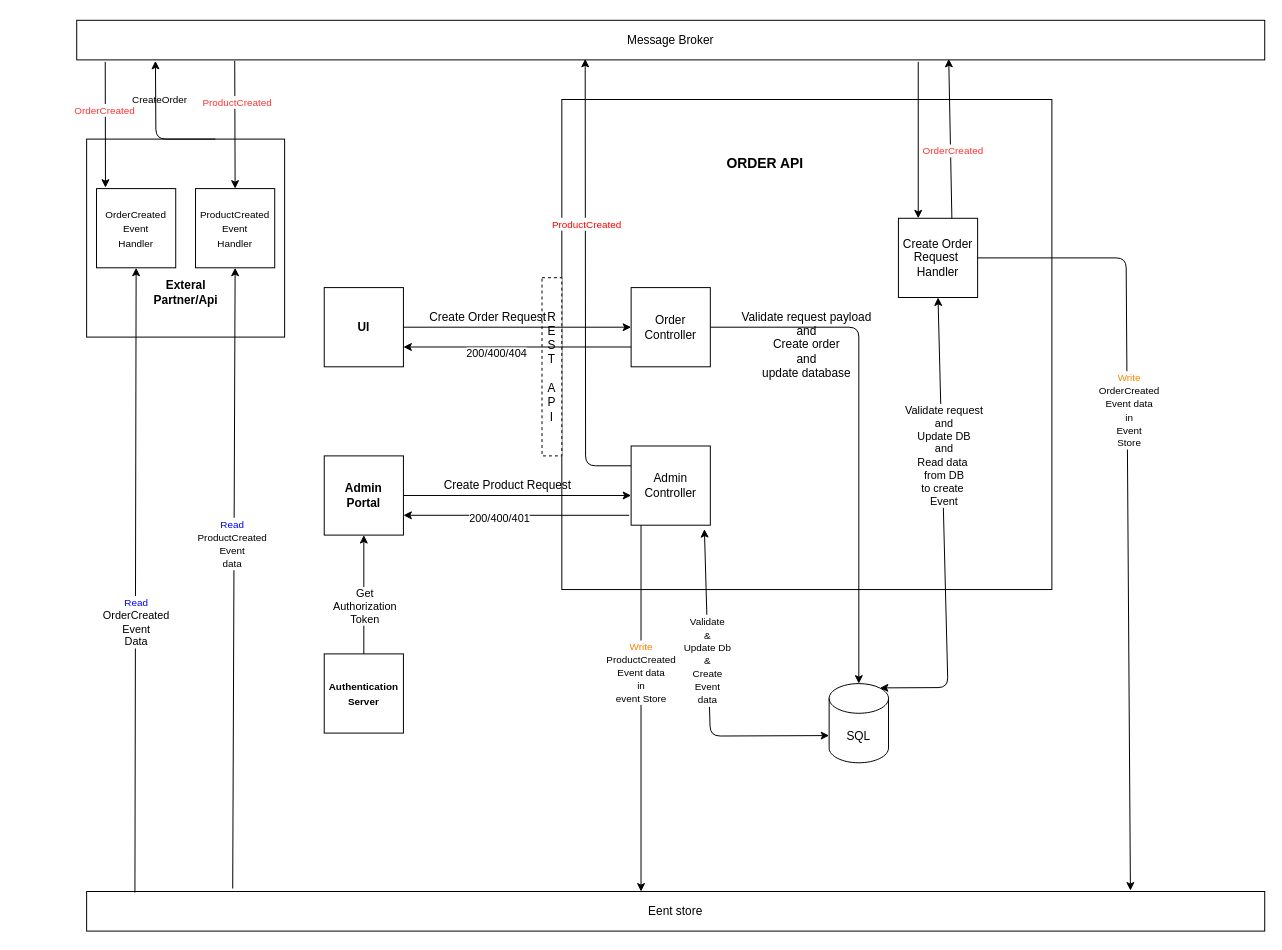
The draw.io diagram Design task/Design diagram.drawio in arif1613/Event_Driven_Architecture, before the edit. Source tidied: cells renumbered, new cells numbered last; positions are measured from the earlier drawing's top-left corner, leaving out a move shared by most shapes. Both pictures are drawn from the tidied source at 99%, with x=0, y=0 at pixel (76, 20).
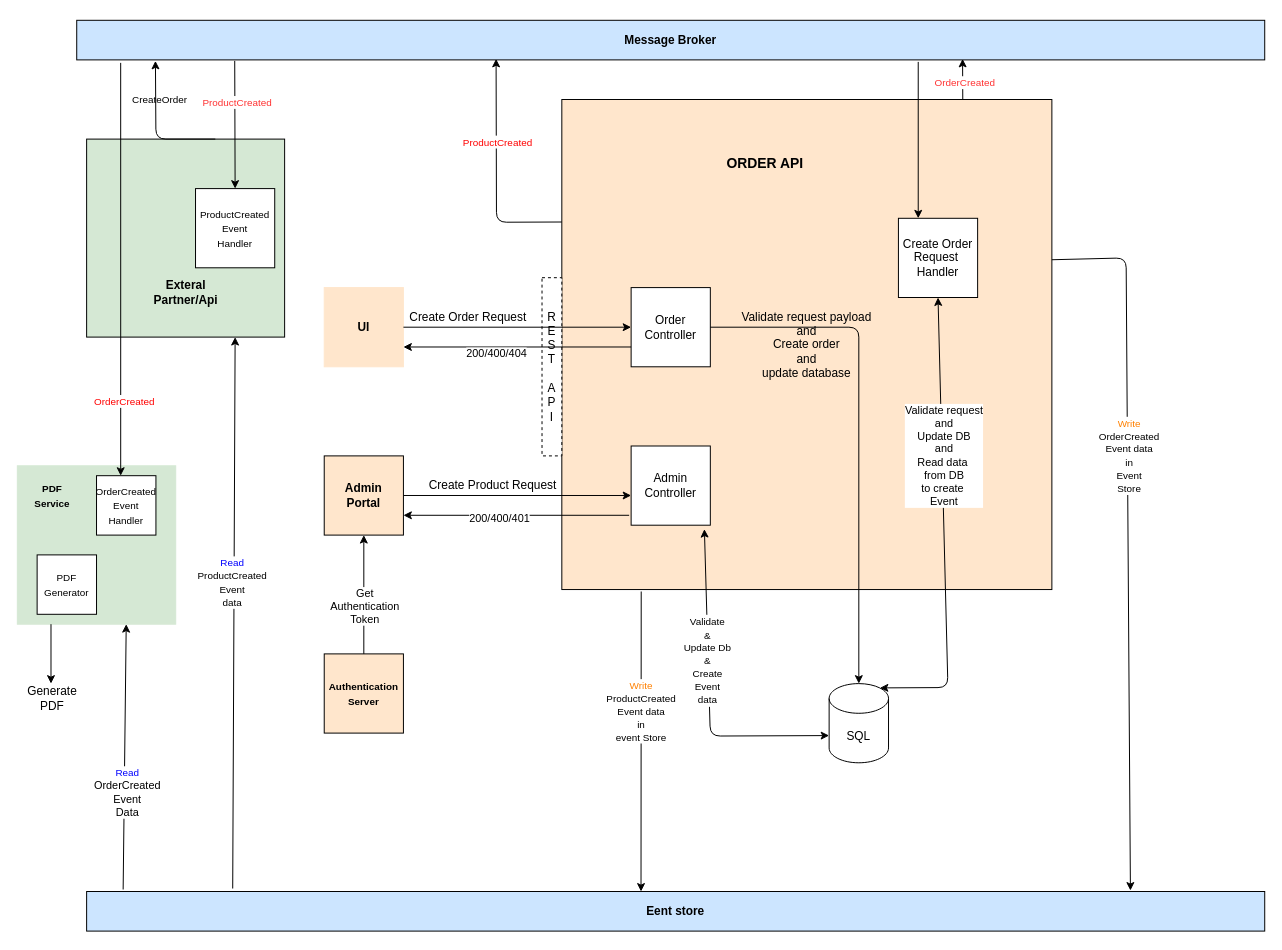
The same page after the edit.

The change refers to these unchanged cells:
```xml
<mxCell id="10" value="Admin&lt;br&gt;Controller" style="whiteSpace=wrap;html=1;" parent="1" vertex="1">
  <mxGeometry x="560" y="430" width="80" height="80" as="geometry" />
</mxCell>
<mxCell id="19" value="Create Order&lt;br&gt;Request&amp;nbsp;&lt;br&gt;Handler" style="whiteSpace=wrap;html=1;" parent="1" vertex="1">
  <mxGeometry x="830" y="200" width="80" height="80" as="geometry" />
</mxCell>
<mxCell id="28" style="endArrow=classic;html=1;exitX=0.5;exitY=0;exitDx=0;exitDy=0;entryX=0.5;entryY=1;entryDx=0;entryDy=0;" parent="1" edge="1" source="27" target="6">
  <mxGeometry relative="1" as="geometry" />
</mxCell>
<mxCell id="37" value="&lt;font style=&quot;font-size: 10px&quot;&gt;ProductCreated&lt;br&gt;Event&lt;br&gt;Handler&lt;/font&gt;" style="whiteSpace=wrap;html=1;" parent="1" vertex="1">
  <mxGeometry x="120" y="170" width="80" height="80" as="geometry" />
</mxCell>
```

Change to the diagram source:
```diff
@@
-    <mxCell id="2" value="Message Broker" style="rounded=0;whiteSpace=wrap;html=1;" parent="1" vertex="1">
+    <mxCell id="2" value="&lt;h4&gt;&lt;b&gt;Message Broker&lt;/b&gt;&lt;/h4&gt;" style="rounded=0;whiteSpace=wrap;html=1;fillColor=#CCE5FF;" parent="1" vertex="1">
       <mxGeometry width="1200" height="40" as="geometry" />
     </mxCell>
-    <mxCell id="3" value="Eent store" style="rounded=0;whiteSpace=wrap;html=1;" parent="1" vertex="1">
+    <mxCell id="3" value="&lt;h4&gt;&lt;b&gt;Eent store&lt;/b&gt;&lt;/h4&gt;" style="rounded=0;whiteSpace=wrap;html=1;fillColor=#CCE5FF;" parent="1" vertex="1">
       <mxGeometry x="10" y="880" width="1190" height="40" as="geometry" />
     </mxCell>
-    <mxCell id="4" style="whiteSpace=wrap;html=1;align=center;" parent="1" vertex="1">
+    <mxCell id="4" style="whiteSpace=wrap;html=1;align=center;fillColor=#D5E8D4;" parent="1" vertex="1">
       <mxGeometry x="10" y="120" width="200" height="200" as="geometry" />
     </mxCell>
-    <mxCell id="5" value="&lt;b&gt;UI&lt;/b&gt;" style="whiteSpace=wrap;html=1;" parent="1" vertex="1">
+    <mxCell id="5" value="&lt;b&gt;UI&lt;/b&gt;" style="whiteSpace=wrap;html=1;strokeColor=#FFE6CC;fillColor=#FFE6CC;" parent="1" vertex="1">
       <mxGeometry x="250" y="270" width="80" height="80" as="geometry" />
     </mxCell>
-    <mxCell id="6" value="&lt;b&gt;Admin&lt;br&gt;Portal&lt;/b&gt;" style="whiteSpace=wrap;html=1;" parent="1" vertex="1">
+    <mxCell id="6" value="&lt;b&gt;Admin&lt;br&gt;Portal&lt;/b&gt;" style="whiteSpace=wrap;html=1;fillColor=#FFE6CC;" parent="1" vertex="1">
       <mxGeometry x="250" y="440" width="80" height="80" as="geometry" />
     </mxCell>
-    <mxCell id="7" value="Validate request payload &lt;br&gt;and&lt;br&gt;Create order &lt;br&gt;and &lt;br&gt;update database" style="whiteSpace=wrap;html=1;" parent="1" vertex="1">
+    <mxCell id="7" value="Validate request payload &lt;br&gt;and&lt;br&gt;Create order &lt;br&gt;and &lt;br&gt;update database" style="whiteSpace=wrap;html=1;fillColor=#FFE6CC;" parent="1" vertex="1">
       <mxGeometry x="490" y="80" width="495" height="495" as="geometry" />
     </mxCell>
@@
     <mxCell id="12" value="Create Order Request" style="text;html=1;align=center;verticalAlign=middle;" parent="1" vertex="1">
-      <mxGeometry x="350" y="290" width="130" height="20" as="geometry" />
+      <mxGeometry x="330" y="290" width="130" height="20" as="geometry" />
     </mxCell>
@@
-    <mxCell id="23" style="endArrow=classic;html=1;entryX=0.734;entryY=0.975;entryDx=0;entryDy=0;entryPerimeter=0;exitX=0.675;exitY=0;exitDx=0;exitDy=0;exitPerimeter=0;" parent="1" edge="1" source="19" target="2">
-      <mxGeometry relative="1" as="geometry" />
+    <mxCell id="23" style="endArrow=classic;html=1;entryX=0.734;entryY=0.975;entryDx=0;entryDy=0;entryPerimeter=0;" parent="1" edge="1">
+      <mxGeometry relative="1" as="geometry">
+        <mxPoint x="895" y="80" as="sourcePoint" />
+        <mxPoint x="894.8" y="39" as="targetPoint" />
+      </mxGeometry>
     </mxCell>
@@
-    <mxCell id="25" style="endArrow=classic;html=1;exitX=1;exitY=0.5;exitDx=0;exitDy=0;entryX=0.886;entryY=-0.025;entryDx=0;entryDy=0;entryPerimeter=0;" parent="1" edge="1" source="19" target="3">
+    <mxCell id="25" style="endArrow=classic;html=1;entryX=0.886;entryY=-0.025;entryDx=0;entryDy=0;entryPerimeter=0;exitX=1;exitY=0.327;exitDx=0;exitDy=0;exitPerimeter=0;" parent="1" edge="1" source="7" target="3">
       <mxGeometry relative="1" as="geometry">
         <Array as="points">
           <mxPoint x="1060" y="240" />
         </Array>
       </mxGeometry>
     </mxCell>
@@
-    <mxCell id="27" value="&lt;b style=&quot;font-size: 10px&quot;&gt;Authentication&lt;br&gt;Server&lt;/b&gt;" style="whiteSpace=wrap;html=1;" parent="1" vertex="1">
+    <mxCell id="27" value="&lt;b style=&quot;font-size: 10px&quot;&gt;Authentication&lt;br&gt;Server&lt;/b&gt;" style="whiteSpace=wrap;html=1;fillColor=#FFE6CC;" parent="1" vertex="1">
       <mxGeometry x="250" y="640" width="80" height="80" as="geometry" />
     </mxCell>
@@
-    <mxCell id="29" value="Get&lt;br&gt;Authorization&lt;br&gt;Token" style="edgeLabel;html=1;align=center;verticalAlign=middle;" parent="28" vertex="1">
+    <mxCell id="29" value="Get&lt;br&gt;Authentication&lt;br&gt;Token" style="edgeLabel;html=1;align=center;verticalAlign=middle;" parent="28" vertex="1">
       <mxGeometry x="-0.18" relative="1" as="geometry" />
     </mxCell>
@@
     <mxCell id="31" value="Create Product Request" style="text;html=1;align=center;verticalAlign=middle;" parent="1" vertex="1">
-      <mxGeometry x="365" y="460" width="140" height="20" as="geometry" />
+      <mxGeometry x="350" y="460" width="140" height="20" as="geometry" />
     </mxCell>
-    <mxCell id="32" style="endArrow=classic;html=1;exitX=0.25;exitY=1;exitDx=0;exitDy=0;entryX=0.479;entryY=0;entryDx=0;entryDy=0;entryPerimeter=0;" parent="1" edge="1">
+    <mxCell id="32" style="endArrow=classic;html=1;entryX=0.479;entryY=0;entryDx=0;entryDy=0;entryPerimeter=0;exitX=0.162;exitY=1.004;exitDx=0;exitDy=0;exitPerimeter=0;" parent="1" edge="1" source="7">
       <mxGeometry relative="1" as="geometry">
-        <mxPoint x="570" y="510" as="sourcePoint" />
         <mxPoint x="570" y="880" as="targetPoint" />
       </mxGeometry>
     </mxCell>
@@
-    <mxCell id="36" value="&lt;font style=&quot;font-size: 10px&quot;&gt;OrderCreated&lt;br&gt;Event&lt;br&gt;Handler&lt;/font&gt;" style="whiteSpace=wrap;html=1;" parent="1" vertex="1">
-      <mxGeometry x="20" y="170" width="80" height="80" as="geometry" />
-    </mxCell>
@@
-    <mxCell id="38" style="endArrow=classic;html=1;exitX=0.024;exitY=1.05;exitDx=0;exitDy=0;exitPerimeter=0;entryX=0.113;entryY=-0.012;entryDx=0;entryDy=0;entryPerimeter=0;" parent="1" edge="1" source="2" target="36">
-      <mxGeometry relative="1" as="geometry" />
-    </mxCell>
-    <mxCell id="39" value="&lt;font style=&quot;font-size: 10px&quot; color=&quot;#ff3333&quot;&gt;OrderCreated&lt;/font&gt;" style="edgeLabel;html=1;align=center;verticalAlign=middle;" parent="38" vertex="1">
-      <mxGeometry x="-0.24" y="-1" relative="1" as="geometry" />
-    </mxCell>
@@
-    <mxCell id="42" style="endArrow=classic;html=1;exitX=0;exitY=0.25;exitDx=0;exitDy=0;entryX=0.428;entryY=0.975;entryDx=0;entryDy=0;entryPerimeter=0;" parent="1" edge="1" source="10" target="2">
+    <mxCell id="42" style="endArrow=classic;html=1;exitX=0;exitY=0.25;exitDx=0;exitDy=0;entryX=0.428;entryY=0.975;entryDx=0;entryDy=0;entryPerimeter=0;" parent="1" edge="1" source="7">
       <mxGeometry relative="1" as="geometry">
+        <mxPoint x="423.6" y="39" as="targetPoint" />
         <Array as="points">
-          <mxPoint x="514" y="450" />
+          <mxPoint x="424" y="204" />
         </Array>
       </mxGeometry>
     </mxCell>
@@
-    <mxCell id="44" style="endArrow=classic;html=1;exitX=0.041;exitY=0.025;exitDx=0;exitDy=0;exitPerimeter=0;entryX=0.5;entryY=1;entryDx=0;entryDy=0;" parent="1" edge="1" source="3" target="36">
-      <mxGeometry relative="1" as="geometry" />
-    </mxCell>
-    <mxCell id="45" value="&lt;font style=&quot;font-size: 10px&quot; color=&quot;#0000ff&quot;&gt;Read&lt;/font&gt;&lt;br&gt;OrderCreated&lt;br&gt;Event&lt;br&gt;Data" style="edgeLabel;html=1;align=center;verticalAlign=middle;" parent="44" vertex="1">
-      <mxGeometry x="-0.13" relative="1" as="geometry" />
-    </mxCell>
-    <mxCell id="46" style="endArrow=classic;html=1;exitX=0.124;exitY=-0.075;exitDx=0;exitDy=0;exitPerimeter=0;entryX=0.5;entryY=1;entryDx=0;entryDy=0;" parent="1" edge="1" source="3" target="37">
-      <mxGeometry relative="1" as="geometry" />
+    <mxCell id="46" style="endArrow=classic;html=1;exitX=0.124;exitY=-0.075;exitDx=0;exitDy=0;exitPerimeter=0;" parent="1" edge="1" source="3">
+      <mxGeometry relative="1" as="geometry">
+        <mxPoint x="160" y="320" as="targetPoint" />
+      </mxGeometry>
     </mxCell>
@@
+    <mxCell id="52" style="whiteSpace=wrap;html=1;strokeColor=#D5E8D4;fillColor=#D5E8D4;" parent="1" vertex="1">
+      <mxGeometry x="-60" y="450" width="160" height="160" as="geometry" />
+    </mxCell>
+    <mxCell id="36" value="&lt;font style=&quot;font-size: 10px&quot;&gt;OrderCreated&lt;br&gt;Event&lt;br&gt;Handler&lt;/font&gt;" style="whiteSpace=wrap;html=1;" parent="1" vertex="1">
+      <mxGeometry x="20" y="460" width="60" height="60" as="geometry" />
+    </mxCell>
+    <mxCell id="38" style="endArrow=classic;html=1;exitX=0.037;exitY=1.075;exitDx=0;exitDy=0;exitPerimeter=0;entryX=0.407;entryY=0;entryDx=0;entryDy=0;entryPerimeter=0;" parent="1" edge="1" source="2" target="36">
+      <mxGeometry relative="1" as="geometry" />
+    </mxCell>
+    <mxCell id="39" value="&lt;font style=&quot;font-size: 10px&quot; color=&quot;#ff0000&quot;&gt;OrderCreated&lt;/font&gt;" style="edgeLabel;html=1;align=center;verticalAlign=middle;" parent="38" vertex="1">
+      <mxGeometry x="0.64" y="3" relative="1" as="geometry" />
+    </mxCell>
+    <mxCell id="53" style="endArrow=classic;html=1;exitX=0.031;exitY=-0.05;exitDx=0;exitDy=0;exitPerimeter=0;" parent="1" edge="1" source="3">
+      <mxGeometry relative="1" as="geometry">
+        <mxPoint x="50" y="610" as="targetPoint" />
+      </mxGeometry>
+    </mxCell>
+    <mxCell id="45" value="&lt;font color=&quot;#0000ff&quot; style=&quot;font-size: 10px&quot;&gt;Read&lt;/font&gt;&lt;br&gt;OrderCreated&lt;br&gt;Event&lt;br&gt;Data" style="edgeLabel;html=1;align=center;verticalAlign=middle;" parent="53" vertex="1">
+      <mxGeometry x="-0.26" y="-2" relative="1" as="geometry" />
+    </mxCell>
+    <mxCell id="54" value="&lt;font style=&quot;font-size: 10px&quot;&gt;PDF&lt;br&gt;Generator&lt;/font&gt;" style="whiteSpace=wrap;html=1;" parent="1" vertex="1">
+      <mxGeometry x="-40" y="540" width="60" height="60" as="geometry" />
+    </mxCell>
+    <mxCell id="55" value="&lt;h4&gt;&lt;font style=&quot;font-size: 10px&quot;&gt;&lt;b&gt;PDF&lt;br&gt;&lt;/b&gt;&lt;/font&gt;&lt;span style=&quot;font-size: 10px&quot;&gt;Service&lt;/span&gt;&lt;/h4&gt;" style="text;html=1;align=center;verticalAlign=middle;" parent="1" vertex="1">
+      <mxGeometry x="-50" y="445" width="50" height="70" as="geometry" />
+    </mxCell>
+    <mxCell id="56" style="endArrow=classic;html=1;" parent="1" edge="1">
+      <mxGeometry relative="1" as="geometry">
+        <mxPoint x="-26" y="610" as="sourcePoint" />
+        <mxPoint x="-26" y="670" as="targetPoint" />
+      </mxGeometry>
+    </mxCell>
+    <mxCell id="57" value="Generate &lt;br&gt;PDF" style="text;html=1;align=center;verticalAlign=middle;" parent="1" vertex="1">
+      <mxGeometry x="-60" y="670" width="70" height="30" as="geometry" />
+    </mxCell>
```
